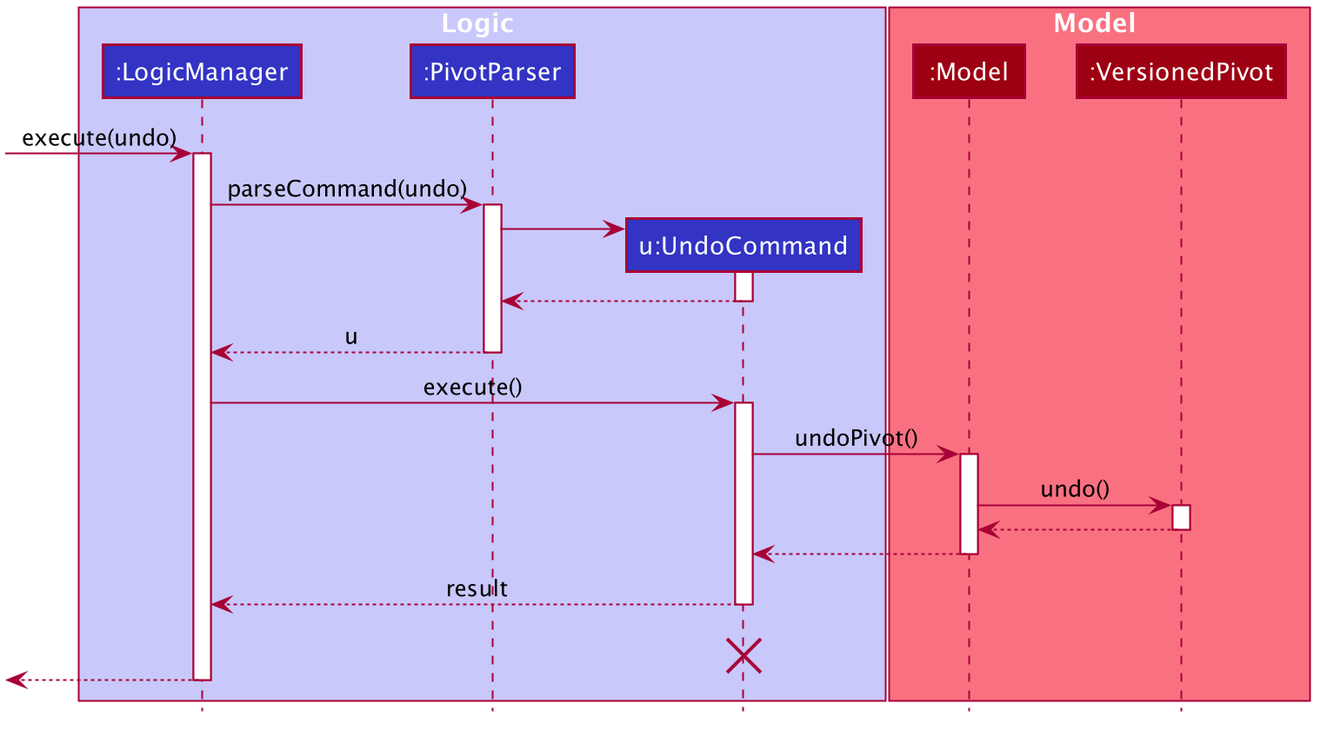
Earlier version of the PlantUML export docs/images/UndoSequenceDiagram.png (nus-cs2103-AY2021S1/tp).
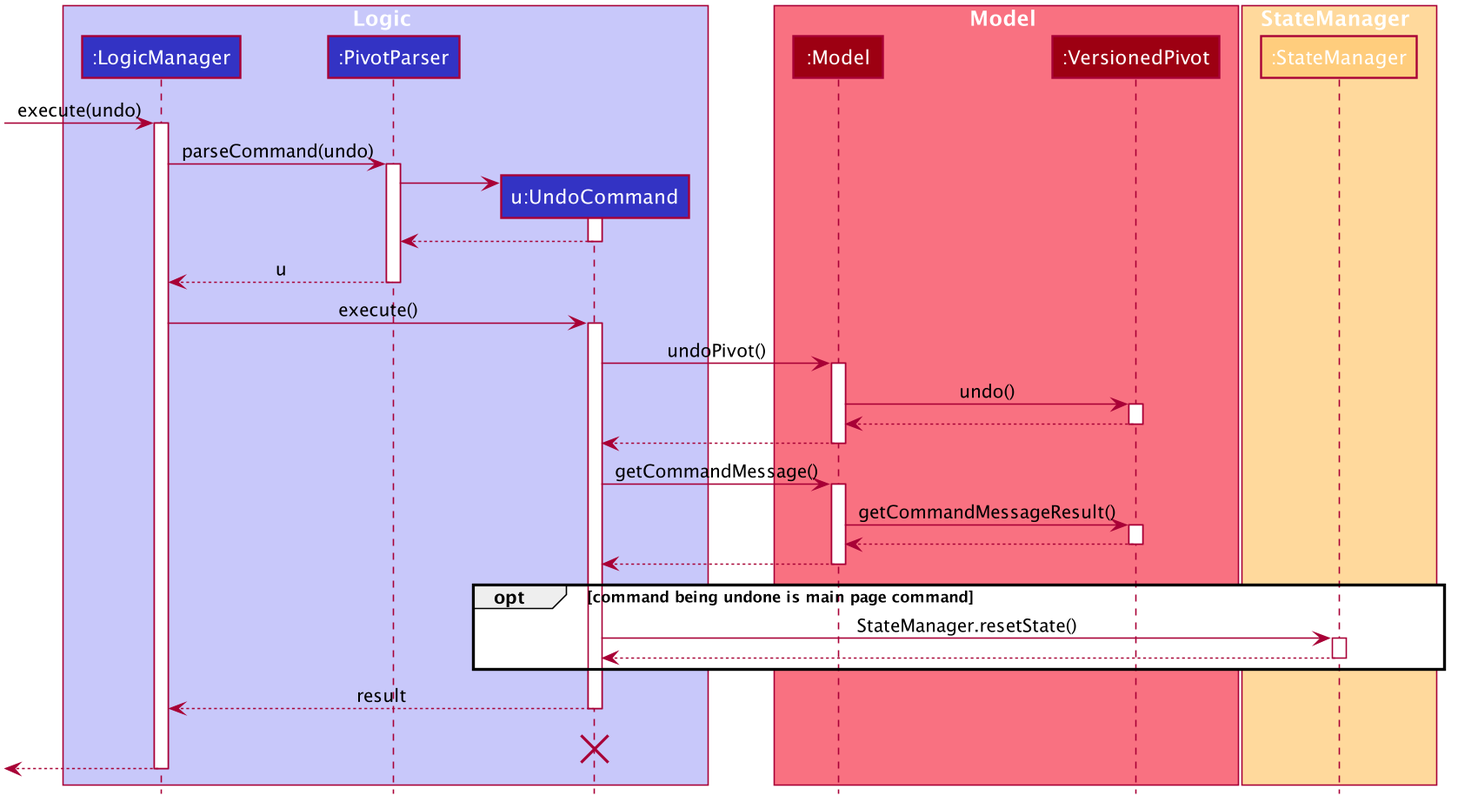
The same file after the commit.

Change to the diagram source:
```diff
@@ -46,7 +46,7 @@
 skinparam packageStyle Rectangle
 
 hide footbox
-hide members
+hide empty members
 hide circle
 
 box Logic #C8C8FA
@@ -59,6 +59,11 @@
 participant ":Model" as Model #9D0012
 participant ":VersionedPivot" as VersionedPivot #9D0012
 end box
+
+box StateManager #FFD99C
+participant ":StateManager" as StateManager #FFCD7D
+end box
+
 [-> LogicManager : execute(undo)
 activate LogicManager
 
@@ -90,6 +95,26 @@
 Model --> UndoCommand
 deactivate Model
 
+UndoCommand -> Model : getCommandMessage()
+activate Model
+
+Model -> VersionedPivot : getCommandMessageResult()
+activate VersionedPivot
+
+VersionedPivot --> Model :
+deactivate VersionedPivot
+
+Model --> UndoCommand
+deactivate Model
+
+opt command being undone is main page command
+    UndoCommand -> StateManager : StateManager.resetState()
+    activate StateManager
+
+    StateManager --> UndoCommand
+    deactivate StateManager
+end
+
 UndoCommand --> LogicManager : result
 deactivate UndoCommand
 UndoCommand -[hidden]-> LogicManager : result
```
